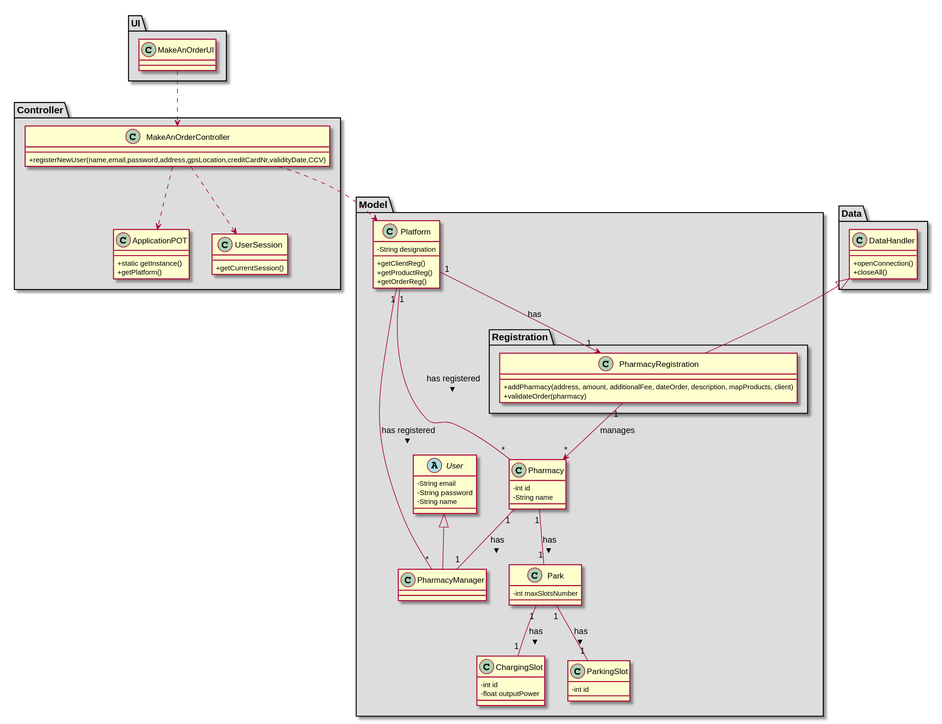
Before: docs/Iteration 1/Pharmacy Management/US40_RegisterPhamacy/US40_CD.svg, a diagram exported from PlantUML (tiagoavcosta25/LAPR3). The source it was exported from:
```plantuml
@startuml
skinparam classAttributeIconSize 0

package "UI" #DDDDDD {
class MakeAnOrderUI{

}
}


package "Controller" #DDDDDD {
class MakeAnOrderController{
+registerNewUser(name,email,password,address,gpsLocation,creditCardNr,validityDate,CCV)
}

class ApplicationPOT
{
  +static getInstance()
  +getPlatform()
}

class UserSession
{
  +getCurrentSession()
}
}


package "Model" #DDDDDD {
class Platform {
  -String designation
  +getClientReg()
  +getProductReg()
  +getOrderReg()
}
package "Registration" #DDDDDD {

  class PharmacyRegistration{
       +addPharmacy(address, amount, additionalFee, dateOrder, description, mapProducts, client)
       +validateOrder(pharmacy)
   }
 }
}

package "Model" #DDDDDD {
abstract class User{
-String email
-String password
-String name
}

class Pharmacy{
-   int id
-   String name
}

class PharmacyManager{
}

class Park{
-   int maxSlotsNumber
}

class ChargingSlot{
-   int id
-   float outputPower
}

class ParkingSlot{
-   int id
}

}


package "Data" #DDDDDD {
class DataHandler{
    +openConnection()
    +closeAll()
}
}

class PharmacyRegistration extends DataHandler

class PharmacyManager extends User

MakeAnOrderUI ..> MakeAnOrderController
MakeAnOrderController ..> Platform
MakeAnOrderController ..> ApplicationPOT
MakeAnOrderController ..> UserSession
Platform "1" --> "1" PharmacyRegistration : has
PharmacyRegistration "1" --> "*" Pharmacy : manages

Platform "1" -- "*" Pharmacy : has registered >
Platform "1" -- "*" PharmacyManager : has registered >
Pharmacy "1" -- "1" PharmacyManager : has >
Pharmacy "1" -- "1" Park : has >
Park "1" -- "1" ChargingSlot : has >
Park "1" -- "1" ParkingSlot : has >

@enduml
```
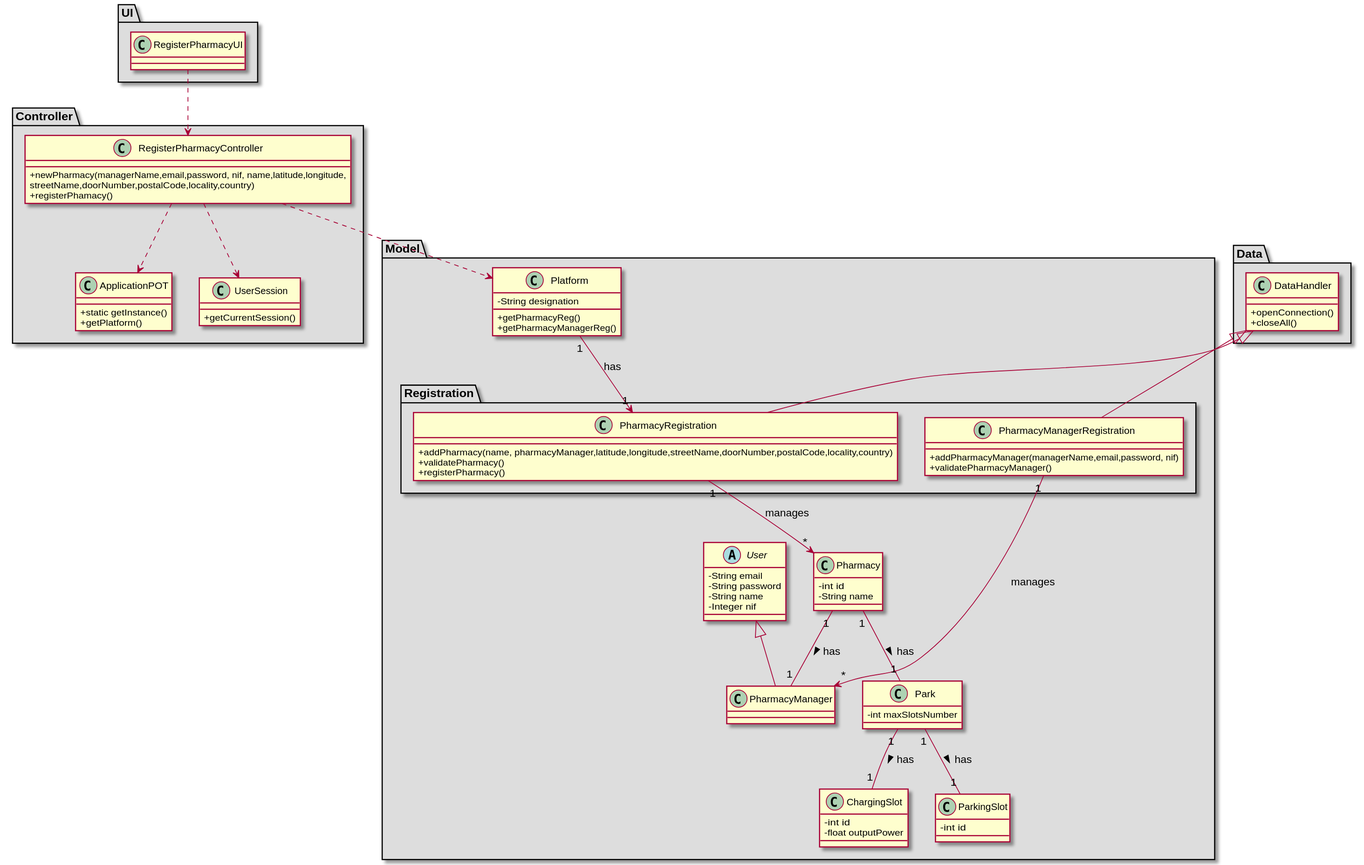
The same file after the commit.

Commit message:
LAPR2AP2-166 #developing Register Pharmacy [Implementation]

Change to the diagram source:
```diff
@@ -2,15 +2,16 @@
 skinparam classAttributeIconSize 0
 
 package "UI" #DDDDDD {
-class MakeAnOrderUI{
+class RegisterPharmacyUI{
 
 }
 }
 
 
 package "Controller" #DDDDDD {
-class MakeAnOrderController{
-+registerNewUser(name,email,password,address,gpsLocation,creditCardNr,validityDate,CCV)
+class RegisterPharmacyController{
++newPharmacy(managerName,email,password, nif, name,latitude,longitude,\nstreetName,doorNumber,postalCode,locality,country)
++registerPhamacy()
 }
 
 class ApplicationPOT
@@ -29,16 +30,20 @@
 package "Model" #DDDDDD {
 class Platform {
   -String designation
-  +getClientReg()
-  +getProductReg()
-  +getOrderReg()
+  +getPharmacyReg()
+  +getPharmacyManagerReg()
 }
 package "Registration" #DDDDDD {
 
-  class PharmacyRegistration{
-       +addPharmacy(address, amount, additionalFee, dateOrder, description, mapProducts, client)
-       +validateOrder(pharmacy)
-   }
+   class PharmacyRegistration{
+          +addPharmacy(name, pharmacyManager,latitude,longitude,streetName,doorNumber,postalCode,locality,country)
+          +validatePharmacy()
+          +registerPharmacy()
+      }
+   class PharmacyManagerRegistration{
+             +addPharmacyManager(managerName,email,password, nif)
+             +validatePharmacyManager()
+         }
  }
 }
 
@@ -47,6 +52,7 @@
 -String email
 -String password
 -String name
+-Integer nif
 }
 
 class Pharmacy{
@@ -81,18 +87,17 @@
 }
 
 class PharmacyRegistration extends DataHandler
-
+class PharmacyManagerRegistration extends DataHandler
 class PharmacyManager extends User
 
-MakeAnOrderUI ..> MakeAnOrderController
-MakeAnOrderController ..> Platform
-MakeAnOrderController ..> ApplicationPOT
-MakeAnOrderController ..> UserSession
+RegisterPharmacyUI ..> RegisterPharmacyController
+RegisterPharmacyController ..> Platform
+RegisterPharmacyController ..> ApplicationPOT
+RegisterPharmacyController ..> UserSession
 Platform "1" --> "1" PharmacyRegistration : has
 PharmacyRegistration "1" --> "*" Pharmacy : manages
+PharmacyManagerRegistration "1" --> "*" PharmacyManager : manages
 
-Platform "1" -- "*" Pharmacy : has registered >
-Platform "1" -- "*" PharmacyManager : has registered >
 Pharmacy "1" -- "1" PharmacyManager : has >
 Pharmacy "1" -- "1" Park : has >
 Park "1" -- "1" ChargingSlot : has >
```
